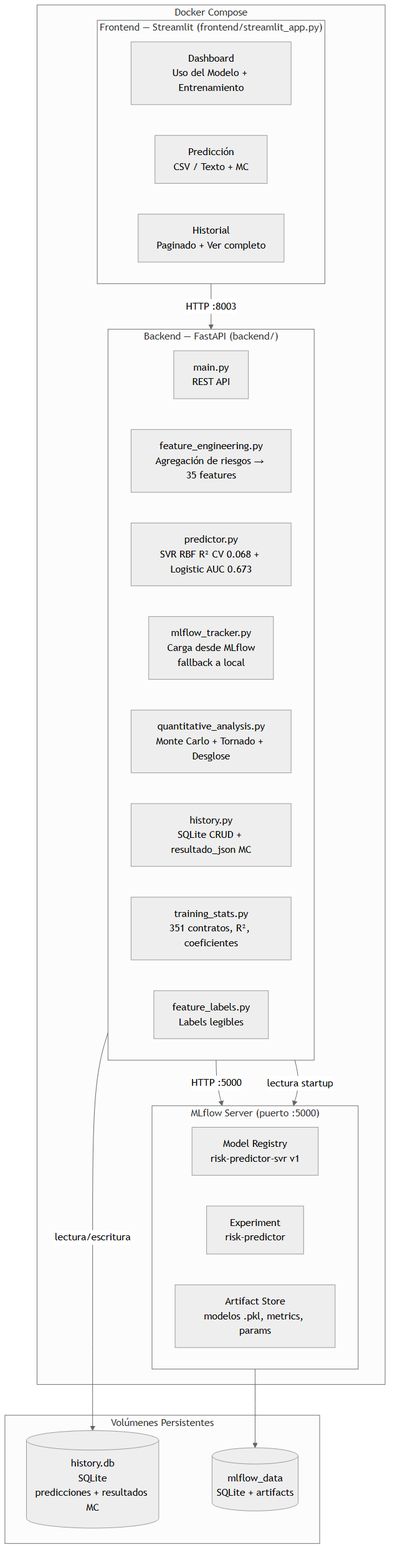
Above: docs/diagrams/8_1_visi_n_general.png in sanan1297/risk_project (Mermaid), before the change. Its source is kept beside it as docs/diagrams/8_1_visi_n_general.mmd.
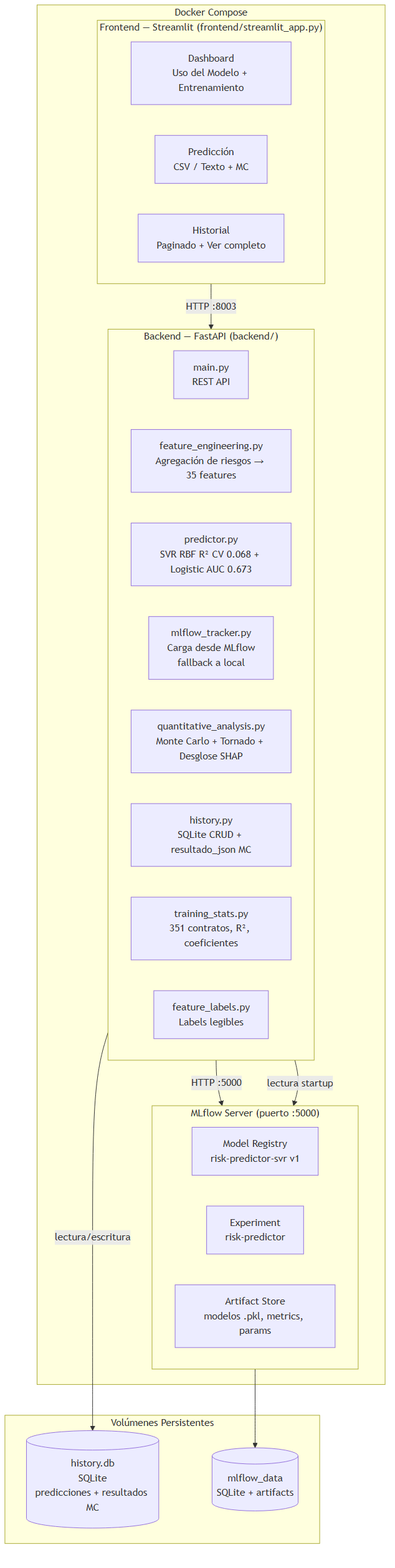
The same diagram one commit later.

Diff of the diagram source:
```diff
@@ -12,7 +12,7 @@
             FE[feature_engineering.py<br/>Agregación de riesgos → 35 features]
             PREDICT[predictor.py<br/>SVR RBF R² CV 0.068 + Logistic AUC 0.673]
             MLF[mlflow_tracker.py<br/>Carga desde MLflow<br/>fallback a local]
-            QA[quantitative_analysis.py<br/>Monte Carlo + Tornado + Desglose]
+            QA[quantitative_analysis.py<br/>Monte Carlo + Tornado + Desglose SHAP]
             HISTDB[history.py<br/>SQLite CRUD + resultado_json MC]
             TRAIN[training_stats.py<br/>351 contratos, R², coeficientes]
             LABELS[feature_labels.py<br/>Labels legibles]
```
